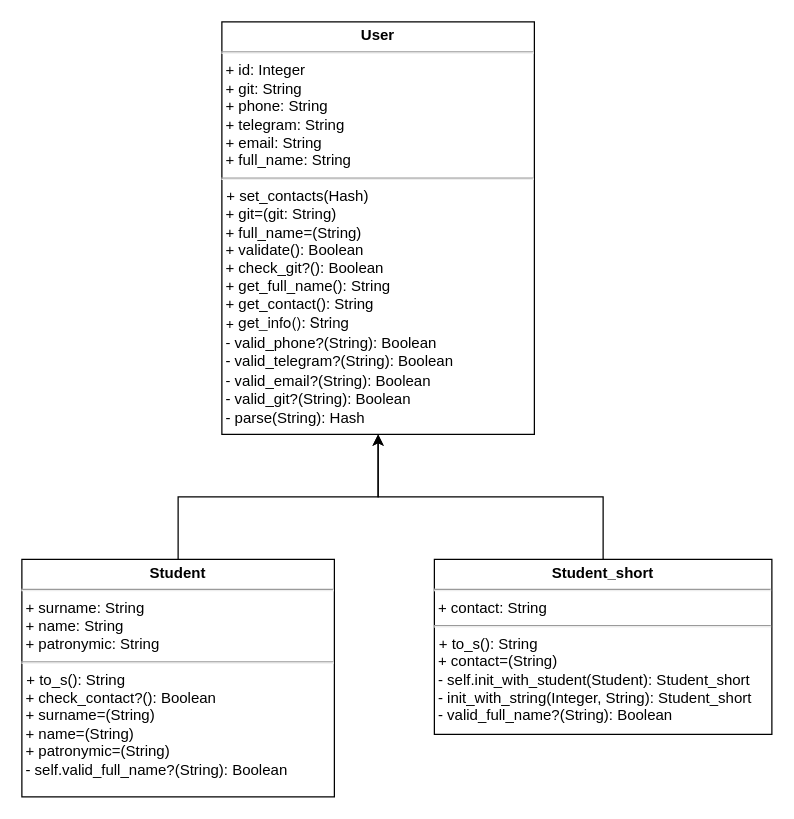
Above: Student Authorization System/Student_Diagr.drawio in asyanix/designPatterns (draw.io), before the change. Source tidied: cells renumbered, new cells numbered last; positions are measured from the earlier drawing's top-left corner, leaving out a move shared by most shapes. Both pictures are drawn from the tidied source at 125%, with x=0, y=0 at pixel (21, 21).
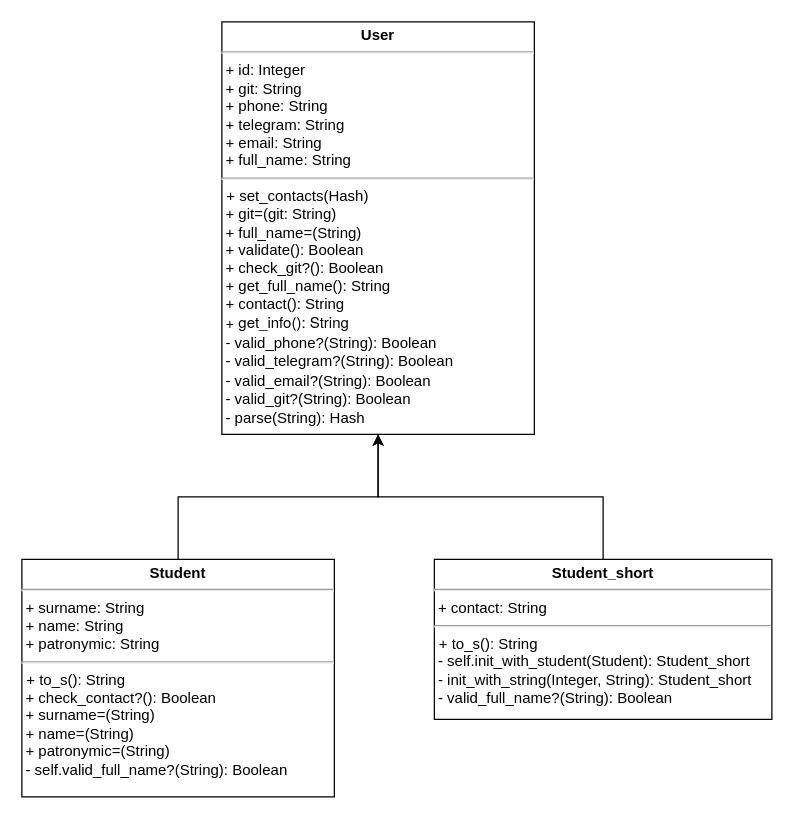
The same diagram, later.

Commit message (it also covers changes not shown here):
LR2: Update class diagram

Change to the diagram source:
```diff
@@
 <mxGraphModel>
   <root>
     <mxCell id="0" />
     <mxCell id="1" parent="0" />
-    <mxCell id="2" value="&lt;p style=&quot;margin: 4px 0px 0px; text-align: center;&quot;&gt;&lt;b style=&quot;&quot;&gt;&lt;font style=&quot;font-size: 12px;&quot;&gt;User&lt;/font&gt;&lt;/b&gt;&lt;/p&gt;&lt;hr style=&quot;&quot;&gt;&lt;div style=&quot;border-color: var(--border-color);&quot;&gt;&lt;font style=&quot;border-color: var(--border-color); font-size: 12px;&quot; face=&quot;Helvetica&quot;&gt;&amp;nbsp;+ id: Integer&lt;/font&gt;&lt;/div&gt;&lt;div style=&quot;border-color: var(--border-color);&quot;&gt;&lt;font style=&quot;font-size: 12px;&quot;&gt;&amp;nbsp;+ git: String&lt;/font&gt;&lt;/div&gt;&lt;div style=&quot;border-color: var(--border-color);&quot;&gt;&lt;font style=&quot;font-size: 12px;&quot;&gt;&amp;nbsp;+ phone: String&lt;/font&gt;&lt;/div&gt;&lt;div style=&quot;border-color: var(--border-color);&quot;&gt;&lt;font style=&quot;font-size: 12px;&quot;&gt;&amp;nbsp;+ telegram: String&lt;/font&gt;&lt;/div&gt;&lt;div style=&quot;border-color: var(--border-color);&quot;&gt;&lt;font style=&quot;font-size: 12px;&quot;&gt;&amp;nbsp;+ email: String&lt;/font&gt;&lt;/div&gt;&lt;div style=&quot;border-color: var(--border-color);&quot;&gt;&lt;font style=&quot;font-size: 12px;&quot;&gt;&amp;nbsp;+ full_name: String&lt;/font&gt;&lt;/div&gt;&lt;hr style=&quot;&quot;&gt;&lt;p style=&quot;margin: 0px 0px 0px 4px;&quot;&gt;&lt;font style=&quot;font-size: 12px;&quot;&gt;+ set_contacts(Hash)&amp;nbsp;&lt;/font&gt;&lt;/p&gt;&lt;font style=&quot;font-size: 12px;&quot;&gt;&amp;nbsp;+ git=(git: String)&lt;br style=&quot;&quot;&gt;&amp;nbsp;+ full_name=(String)&lt;br style=&quot;&quot;&gt;&amp;nbsp;+&amp;nbsp;validate(): Boolean&lt;br style=&quot;&quot;&gt;&amp;nbsp;+&amp;nbsp;check_git?(): Boolean&lt;br style=&quot;&quot;&gt;&amp;nbsp;+&amp;nbsp;get_full_name(): String&lt;br style=&quot;&quot;&gt;&amp;nbsp;+&amp;nbsp;get_contact(): String&lt;br style=&quot;&quot;&gt;&lt;span style=&quot;font-family: &amp;quot;Helvetica Neue&amp;quot;; background-color: initial;&quot; class=&quot;Apple-converted-space&quot;&gt;&amp;nbsp;+ get_info(): String&lt;span style=&quot;background-color: initial;&quot; class=&quot;Apple-converted-space&quot;&gt;&amp;nbsp;&lt;/span&gt;&lt;span style=&quot;background-color: initial;&quot;&gt;&amp;nbsp;&lt;br&gt;&lt;/span&gt;&amp;nbsp;-&amp;nbsp;&lt;/span&gt;valid_phone?(String): Boolean&lt;br&gt;&amp;nbsp;-&amp;nbsp;valid_telegram?(String): Boolean&lt;span style=&quot;font-family: &amp;quot;Helvetica Neue&amp;quot;; background-color: initial;&quot; class=&quot;Apple-converted-space&quot;&gt;&amp;nbsp;&lt;br&gt;&amp;nbsp;- v&lt;/span&gt;alid_email?(String): Boolean&lt;br&gt;&amp;nbsp;-&amp;nbsp;valid_git?(String): Boolean&lt;br&gt;&amp;nbsp;- parse(String): Hash&amp;nbsp;&lt;span style=&quot;font-family: &amp;quot;Helvetica Neue&amp;quot;; background-color: initial;&quot;&gt;&lt;/span&gt;&lt;br&gt;&lt;br&gt;&lt;span style=&quot;font-family: &amp;quot;Helvetica Neue&amp;quot;; background-color: initial;&quot; class=&quot;Apple-converted-space&quot;&gt;&amp;nbsp;&lt;/span&gt;&lt;/font&gt;" style="verticalAlign=top;align=left;overflow=fill;fontSize=12;fontFamily=Helvetica;html=1;whiteSpace=wrap;spacingLeft=1;spacing=0;spacingTop=0;" parent="1" vertex="1">
+    <mxCell id="2" value="&lt;p style=&quot;margin: 4px 0px 0px; text-align: center;&quot;&gt;&lt;b style=&quot;&quot;&gt;&lt;font style=&quot;font-size: 12px;&quot;&gt;User&lt;/font&gt;&lt;/b&gt;&lt;/p&gt;&lt;hr style=&quot;&quot;&gt;&lt;div style=&quot;border-color: var(--border-color);&quot;&gt;&lt;font style=&quot;border-color: var(--border-color); font-size: 12px;&quot; face=&quot;Helvetica&quot;&gt;&amp;nbsp;+ id: Integer&lt;/font&gt;&lt;/div&gt;&lt;div style=&quot;border-color: var(--border-color);&quot;&gt;&lt;font style=&quot;font-size: 12px;&quot;&gt;&amp;nbsp;+ git: String&lt;/font&gt;&lt;/div&gt;&lt;div style=&quot;border-color: var(--border-color);&quot;&gt;&lt;font style=&quot;font-size: 12px;&quot;&gt;&amp;nbsp;+ phone: String&lt;/font&gt;&lt;/div&gt;&lt;div style=&quot;border-color: var(--border-color);&quot;&gt;&lt;font style=&quot;font-size: 12px;&quot;&gt;&amp;nbsp;+ telegram: String&lt;/font&gt;&lt;/div&gt;&lt;div style=&quot;border-color: var(--border-color);&quot;&gt;&lt;font style=&quot;font-size: 12px;&quot;&gt;&amp;nbsp;+ email: String&lt;/font&gt;&lt;/div&gt;&lt;div style=&quot;border-color: var(--border-color);&quot;&gt;&lt;font style=&quot;font-size: 12px;&quot;&gt;&amp;nbsp;+ full_name: String&lt;/font&gt;&lt;/div&gt;&lt;hr style=&quot;&quot;&gt;&lt;p style=&quot;margin: 0px 0px 0px 4px;&quot;&gt;&lt;font style=&quot;font-size: 12px;&quot;&gt;+ set_contacts(Hash)&amp;nbsp;&lt;/font&gt;&lt;/p&gt;&lt;font style=&quot;font-size: 12px;&quot;&gt;&amp;nbsp;+ git=(git: String)&lt;br style=&quot;&quot;&gt;&amp;nbsp;+ full_name=(String)&lt;br style=&quot;&quot;&gt;&amp;nbsp;+&amp;nbsp;validate(): Boolean&lt;br style=&quot;&quot;&gt;&amp;nbsp;+&amp;nbsp;check_git?(): Boolean&lt;br style=&quot;&quot;&gt;&amp;nbsp;+&amp;nbsp;get_full_name(): String&lt;br style=&quot;&quot;&gt;&amp;nbsp;+ contact(): String&lt;br style=&quot;&quot;&gt;&lt;span style=&quot;font-family: &amp;quot;Helvetica Neue&amp;quot;; background-color: initial;&quot; class=&quot;Apple-converted-space&quot;&gt;&amp;nbsp;+ get_info(): String&lt;span style=&quot;background-color: initial;&quot; class=&quot;Apple-converted-space&quot;&gt;&amp;nbsp;&lt;/span&gt;&lt;span style=&quot;background-color: initial;&quot;&gt;&amp;nbsp;&lt;br&gt;&lt;/span&gt;&amp;nbsp;-&amp;nbsp;&lt;/span&gt;valid_phone?(String): Boolean&lt;br&gt;&amp;nbsp;-&amp;nbsp;valid_telegram?(String): Boolean&lt;span style=&quot;font-family: &amp;quot;Helvetica Neue&amp;quot;; background-color: initial;&quot; class=&quot;Apple-converted-space&quot;&gt;&amp;nbsp;&lt;br&gt;&amp;nbsp;- v&lt;/span&gt;alid_email?(String): Boolean&lt;br&gt;&amp;nbsp;-&amp;nbsp;valid_git?(String): Boolean&lt;br&gt;&amp;nbsp;- parse(String): Hash&amp;nbsp;&lt;span style=&quot;font-family: &amp;quot;Helvetica Neue&amp;quot;; background-color: initial;&quot;&gt;&lt;/span&gt;&lt;br&gt;&lt;br&gt;&lt;span style=&quot;font-family: &amp;quot;Helvetica Neue&amp;quot;; background-color: initial;&quot; class=&quot;Apple-converted-space&quot;&gt;&amp;nbsp;&lt;/span&gt;&lt;/font&gt;" style="verticalAlign=top;align=left;overflow=fill;fontSize=12;fontFamily=Helvetica;html=1;whiteSpace=wrap;spacingLeft=1;spacing=0;spacingTop=0;" parent="1" vertex="1">
       <mxGeometry x="160" width="250" height="330" as="geometry" />
     </mxCell>
     <mxCell id="3" style="edgeStyle=orthogonalEdgeStyle;rounded=0;jettySize=auto;html=1;entryX=0.5;entryY=1;entryDx=0;entryDy=0;" parent="1" edge="1" source="4" target="2">
       <mxGeometry relative="1" as="geometry" />
     </mxCell>
     <mxCell id="4" value="&lt;p style=&quot;margin: 4px 0px 0px; text-align: center; font-size: 12px;&quot;&gt;&lt;b style=&quot;font-size: 12px;&quot;&gt;&lt;font style=&quot;font-size: 12px;&quot;&gt;Student&lt;/font&gt;&lt;/b&gt;&lt;/p&gt;&lt;hr style=&quot;font-size: 12px;&quot;&gt;&lt;div style=&quot;border-color: var(--border-color); font-size: 12px;&quot;&gt;&lt;font style=&quot;border-color: var(--border-color); font-size: 12px;&quot;&gt;&amp;nbsp;+ surname: String&lt;br style=&quot;font-size: 12px;&quot;&gt;&lt;/font&gt;&lt;/div&gt;&lt;div style=&quot;border-color: var(--border-color); font-size: 12px;&quot;&gt;&lt;font style=&quot;border-color: var(--border-color); font-size: 12px;&quot;&gt;&amp;nbsp;+ name: String&lt;/font&gt;&lt;/div&gt;&lt;div style=&quot;border-color: var(--border-color); font-size: 12px;&quot;&gt;&lt;font style=&quot;border-color: var(--border-color); font-size: 12px;&quot;&gt;&amp;nbsp;+ patronymic: String&lt;/font&gt;&lt;/div&gt;&lt;hr style=&quot;font-size: 12px;&quot;&gt;&lt;p style=&quot;margin: 0px 0px 0px 4px; font-size: 12px;&quot;&gt;&lt;font style=&quot;font-size: 12px;&quot;&gt;+ t&lt;/font&gt;o_s(): String&lt;span style=&quot;font-size: 12px; background-color: initial;&quot; class=&quot;Apple-converted-space&quot;&gt;&amp;nbsp;&lt;/span&gt;&lt;/p&gt;&lt;font style=&quot;font-size: 12px;&quot;&gt;&amp;nbsp;+&amp;nbsp;check_contact?(): Boolean&lt;br style=&quot;font-size: 12px;&quot;&gt;&amp;nbsp;+ surname=(String)&lt;br style=&quot;font-size: 12px;&quot;&gt;&amp;nbsp;+&amp;nbsp;name=(String)&lt;br style=&quot;font-size: 12px;&quot;&gt;&amp;nbsp;+ patronymic=(String)&lt;span style=&quot;background-color: initial; font-size: 12px;&quot; class=&quot;Apple-converted-space&quot;&gt;&lt;span style=&quot;background-color: initial; font-size: 12px;&quot;&gt;&lt;br style=&quot;font-size: 12px;&quot;&gt;&lt;/span&gt;&amp;nbsp;-&amp;nbsp;self.valid_full_name?(String): Boolean&lt;span style=&quot;font-size: 12px; background-color: initial;&quot; class=&quot;Apple-converted-space&quot;&gt;&amp;nbsp;&lt;/span&gt;&lt;/span&gt;&lt;br style=&quot;font-size: 12px;&quot;&gt;&lt;br style=&quot;font-size: 12px;&quot;&gt;&lt;span style=&quot;background-color: initial; font-size: 12px;&quot; class=&quot;Apple-converted-space&quot;&gt;&amp;nbsp;&lt;/span&gt;&lt;/font&gt;" style="verticalAlign=top;align=left;overflow=fill;fontSize=12;fontFamily=Helvetica;html=1;whiteSpace=wrap;spacingLeft=1;spacing=0;spacingTop=0;" parent="1" vertex="1">
       <mxGeometry y="430" width="250" height="190" as="geometry" />
     </mxCell>
     <mxCell id="5" style="edgeStyle=orthogonalEdgeStyle;rounded=0;jettySize=auto;html=1;entryX=0.5;entryY=1;entryDx=0;entryDy=0;" parent="1" edge="1" source="6" target="2">
       <mxGeometry relative="1" as="geometry" />
     </mxCell>
-    <mxCell id="6" value="&lt;p style=&quot;margin: 4px 0px 0px; text-align: center;&quot;&gt;&lt;b style=&quot;&quot;&gt;&lt;font face=&quot;Helvetica&quot; style=&quot;font-size: 12px;&quot;&gt;Student_short&lt;/font&gt;&lt;/b&gt;&lt;/p&gt;&lt;hr style=&quot;&quot;&gt;&lt;div style=&quot;border-color: var(--border-color);&quot;&gt;&lt;font style=&quot;font-size: 12px;&quot;&gt;&lt;span style=&quot;background-color: initial;&quot;&gt;&lt;font face=&quot;Lt6sbaxPKtE7krCIfs0r&quot;&gt;&amp;nbsp;&lt;/font&gt;+&amp;nbsp;contact&lt;/span&gt;&lt;span style=&quot;background-color: initial;&quot;&gt;: String&lt;/span&gt;&lt;/font&gt;&lt;/div&gt;&lt;hr style=&quot;&quot;&gt;&lt;p style=&quot;margin: 0px 0px 0px 4px;&quot;&gt;&lt;font style=&quot;font-size: 12px;&quot;&gt;&lt;font style=&quot;font-size: 12px;&quot;&gt;+&amp;nbsp;&lt;/font&gt;to_s(): String&lt;span style=&quot;background-color: initial;&quot; class=&quot;Apple-converted-space&quot;&gt;&amp;nbsp;&lt;/span&gt;&lt;/font&gt;&lt;/p&gt;&lt;font style=&quot;font-size: 12px;&quot;&gt;&amp;nbsp;+&amp;nbsp;contact=(String)&lt;span style=&quot;background-color: initial;&quot; class=&quot;Apple-converted-space&quot;&gt;&lt;span style=&quot;background-color: initial;&quot;&gt;&lt;br&gt;&lt;/span&gt;&amp;nbsp;-&amp;nbsp;&lt;/span&gt;self.init_with_student(Student): Student_short&lt;br&gt;&amp;nbsp;-&amp;nbsp;init_with_string(Integer, String): Student_short&lt;br&gt;&lt;span style=&quot;background-color: initial;&quot; class=&quot;Apple-converted-space&quot;&gt;&amp;nbsp;- valid_full_name?(String): Boolean&lt;/span&gt;&lt;br&gt;&lt;br&gt;&lt;span style=&quot;font-family: Lt6sbaxPKtE7krCIfs0r; background-color: initial;&quot; class=&quot;Apple-converted-space&quot;&gt;&amp;nbsp;&lt;/span&gt;&lt;/font&gt;" style="verticalAlign=top;align=left;overflow=fill;fontSize=12;fontFamily=Helvetica;html=1;whiteSpace=wrap;spacingLeft=1;spacing=0;spacingTop=0;" parent="1" vertex="1">
-      <mxGeometry x="330" y="430" width="270" height="140" as="geometry" />
+    <mxCell id="6" value="&lt;p style=&quot;margin: 4px 0px 0px; text-align: center;&quot;&gt;&lt;b style=&quot;&quot;&gt;&lt;font face=&quot;Helvetica&quot; style=&quot;font-size: 12px;&quot;&gt;Student_short&lt;/font&gt;&lt;/b&gt;&lt;/p&gt;&lt;hr style=&quot;&quot;&gt;&lt;div style=&quot;border-color: var(--border-color);&quot;&gt;&lt;font style=&quot;font-size: 12px;&quot;&gt;&lt;span style=&quot;background-color: initial;&quot;&gt;&lt;font face=&quot;Lt6sbaxPKtE7krCIfs0r&quot;&gt;&amp;nbsp;&lt;/font&gt;+&amp;nbsp;contact&lt;/span&gt;&lt;span style=&quot;background-color: initial;&quot;&gt;: String&lt;/span&gt;&lt;/font&gt;&lt;/div&gt;&lt;hr style=&quot;&quot;&gt;&lt;p style=&quot;margin: 0px 0px 0px 4px;&quot;&gt;&lt;font style=&quot;font-size: 12px;&quot;&gt;&lt;font style=&quot;font-size: 12px;&quot;&gt;+&amp;nbsp;&lt;/font&gt;to_s(): String&lt;span style=&quot;background-color: initial;&quot; class=&quot;Apple-converted-space&quot;&gt;&amp;nbsp;&lt;/span&gt;&lt;/font&gt;&lt;/p&gt;&lt;font style=&quot;font-size: 12px;&quot;&gt;&lt;span style=&quot;background-color: initial;&quot; class=&quot;Apple-converted-space&quot;&gt;&amp;nbsp;-&amp;nbsp;&lt;/span&gt;self.init_with_student(Student): Student_short&lt;br&gt;&amp;nbsp;-&amp;nbsp;init_with_string(Integer, String): Student_short&lt;br&gt;&lt;span style=&quot;background-color: initial;&quot; class=&quot;Apple-converted-space&quot;&gt;&amp;nbsp;- valid_full_name?(String): Boolean&lt;/span&gt;&lt;br&gt;&lt;br&gt;&lt;span style=&quot;font-family: Lt6sbaxPKtE7krCIfs0r; background-color: initial;&quot; class=&quot;Apple-converted-space&quot;&gt;&amp;nbsp;&lt;/span&gt;&lt;/font&gt;" style="verticalAlign=top;align=left;overflow=fill;fontSize=12;fontFamily=Helvetica;html=1;whiteSpace=wrap;spacingLeft=1;spacing=0;spacingTop=0;" parent="1" vertex="1">
+      <mxGeometry x="330" y="430" width="270" height="128" as="geometry" />
     </mxCell>
   </root>
 </mxGraphModel>
```
